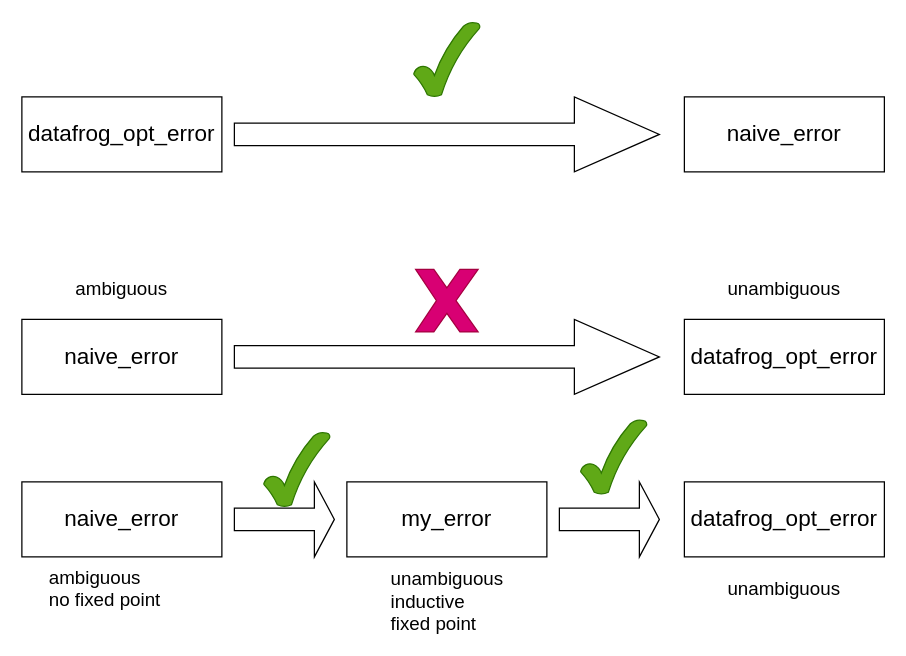
Above: presentation/myerror.drawio in lengyijun/polonius-proof (draw.io), before the change. Source tidied: cells renumbered, new cells numbered last; positions are measured from the earlier drawing's top-left corner, leaving out a move shared by most shapes. Both pictures are drawn from the tidied source at 125%, with x=0, y=0 at pixel (21, 21).
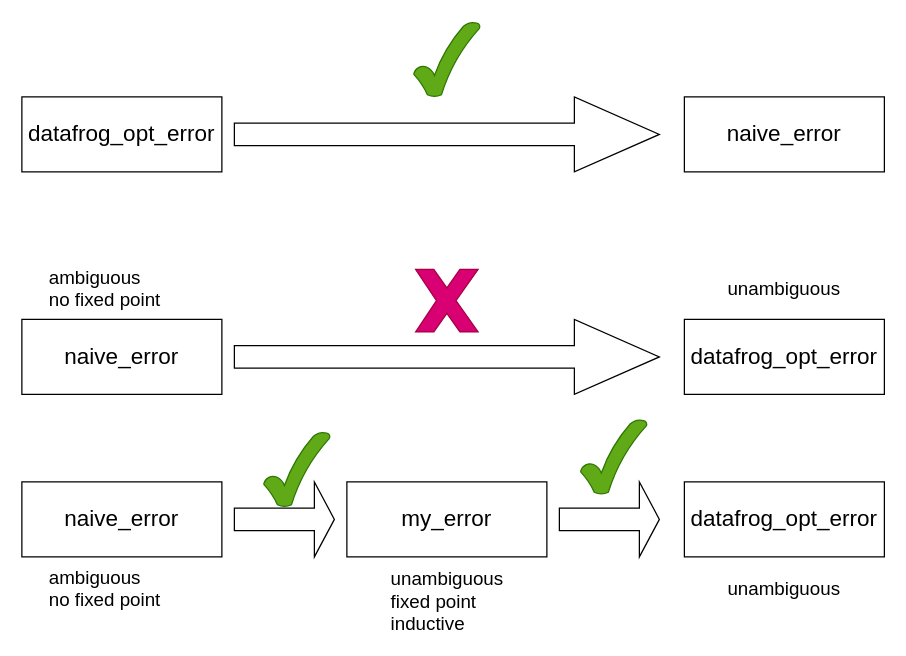
Above is the later version.

Diff of the diagram source:
```diff
@@
-    <mxCell id="17" value="ambiguous" style="text;html=1;strokeColor=none;fillColor=none;align=center;verticalAlign=middle;whiteSpace=wrap;rounded=0;fontSize=15;" parent="1" vertex="1">
-      <mxGeometry x="40" y="198" width="80" height="30" as="geometry" />
-    </mxCell>
@@
-    <mxCell id="20" value="&lt;div style=&quot;text-align: left; font-size: 15px;&quot;&gt;&lt;span style=&quot;font-size: 15px;&quot;&gt;unambiguous&lt;/span&gt;&lt;/div&gt;&lt;div style=&quot;text-align: left; font-size: 15px;&quot;&gt;&lt;span style=&quot;font-size: 15px;&quot;&gt;inductive&lt;/span&gt;&lt;/div&gt;&lt;div style=&quot;text-align: left; font-size: 15px;&quot;&gt;&lt;span style=&quot;font-size: 15px;&quot;&gt;fixed point&lt;/span&gt;&lt;/div&gt;" style="text;html=1;strokeColor=none;fillColor=none;align=center;verticalAlign=middle;whiteSpace=wrap;rounded=0;fontSize=15;" parent="1" vertex="1">
+    <mxCell id="20" value="&lt;div style=&quot;text-align: left ; font-size: 15px&quot;&gt;&lt;span style=&quot;font-size: 15px&quot;&gt;unambiguous&lt;/span&gt;&lt;/div&gt;&lt;div style=&quot;text-align: left ; font-size: 15px&quot;&gt;fixed point&lt;span style=&quot;font-size: 15px&quot;&gt;&lt;br&gt;&lt;/span&gt;&lt;/div&gt;&lt;div style=&quot;text-align: left ; font-size: 15px&quot;&gt;&lt;span style=&quot;font-size: 15px&quot;&gt;inductive&lt;/span&gt;&lt;/div&gt;" style="text;html=1;strokeColor=none;fillColor=none;align=center;verticalAlign=middle;whiteSpace=wrap;rounded=0;fontSize=15;" parent="1" vertex="1">
       <mxGeometry x="272.5" y="438" width="135" height="50" as="geometry" />
     </mxCell>
@@
+    <mxCell id="22" value="ambiguous&lt;br style=&quot;font-size: 15px;&quot;&gt;no fixed point" style="text;html=1;strokeColor=none;fillColor=none;align=left;verticalAlign=middle;whiteSpace=wrap;rounded=0;fontSize=15;" parent="1" vertex="1">
+      <mxGeometry x="20" y="198" width="120" height="30" as="geometry" />
+    </mxCell>
```
